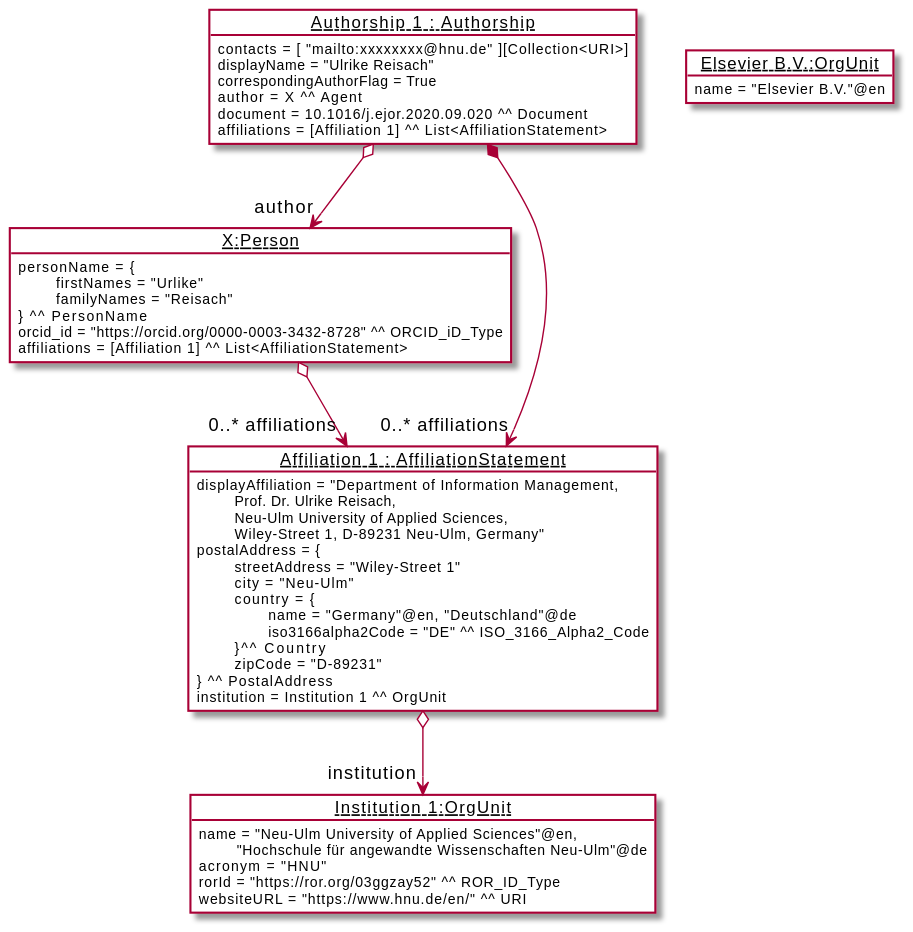
EuroCRIS/CERIF-Core keeps this PlantUML diagram as diagrams/example.svg. Above is the earlier version.
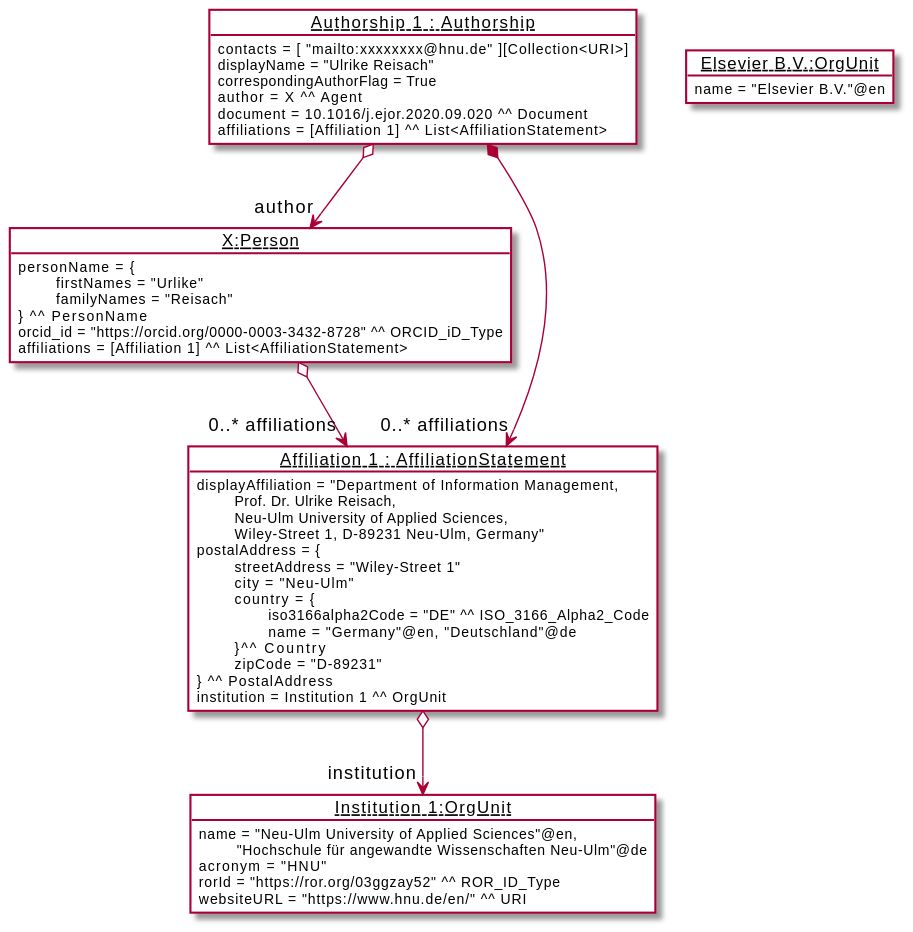
The same diagram one commit later.

What changed in the source:
```diff
@@ -37,8 +37,8 @@
             \t streetAddress = "Wiley-Street 1"
             \t city = "Neu-Ulm"
             \t country = {
+                        \t\t iso3166alpha2Code = "DE" ^^ ISO_3166_Alpha2_Code
                         \t\t name = "Germany"@en, "Deutschland"@de
-                        \t\t iso3166alpha2Code = "DE" ^^ ISO_3166_Alpha2_Code
                         \t }^^ Country
             \t zipCode = "D-89231"
             } ^^ PostalAddress
```
